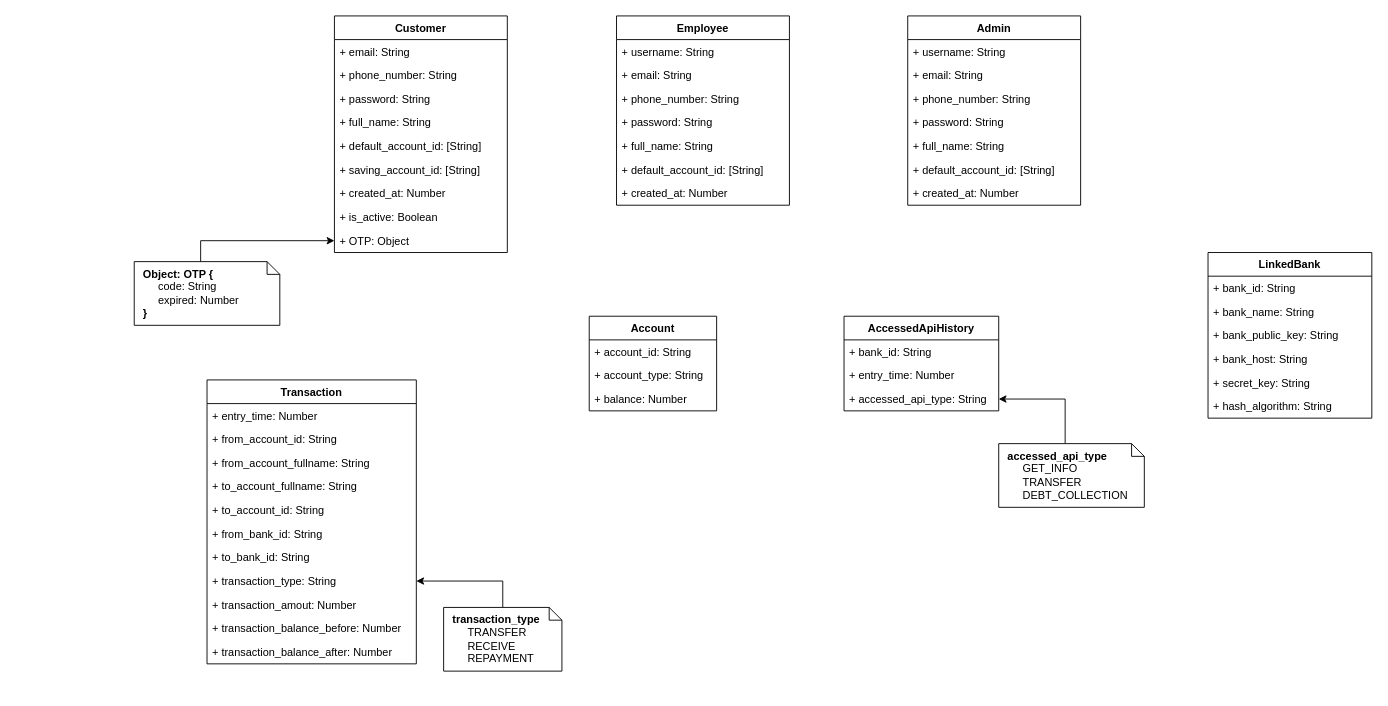
Above: 03_Design/01_Data/InternetBanking.drawio in imdotnhsang/AWAD_NNDK_08 (draw.io), before the change. Source tidied: cells renumbered, new cells numbered last; positions are measured from the earlier drawing's top-left corner, leaving out a move shared by most shapes. Both pictures are drawn from the tidied source at 91%, with x=0, y=0 at pixel (134, 15).
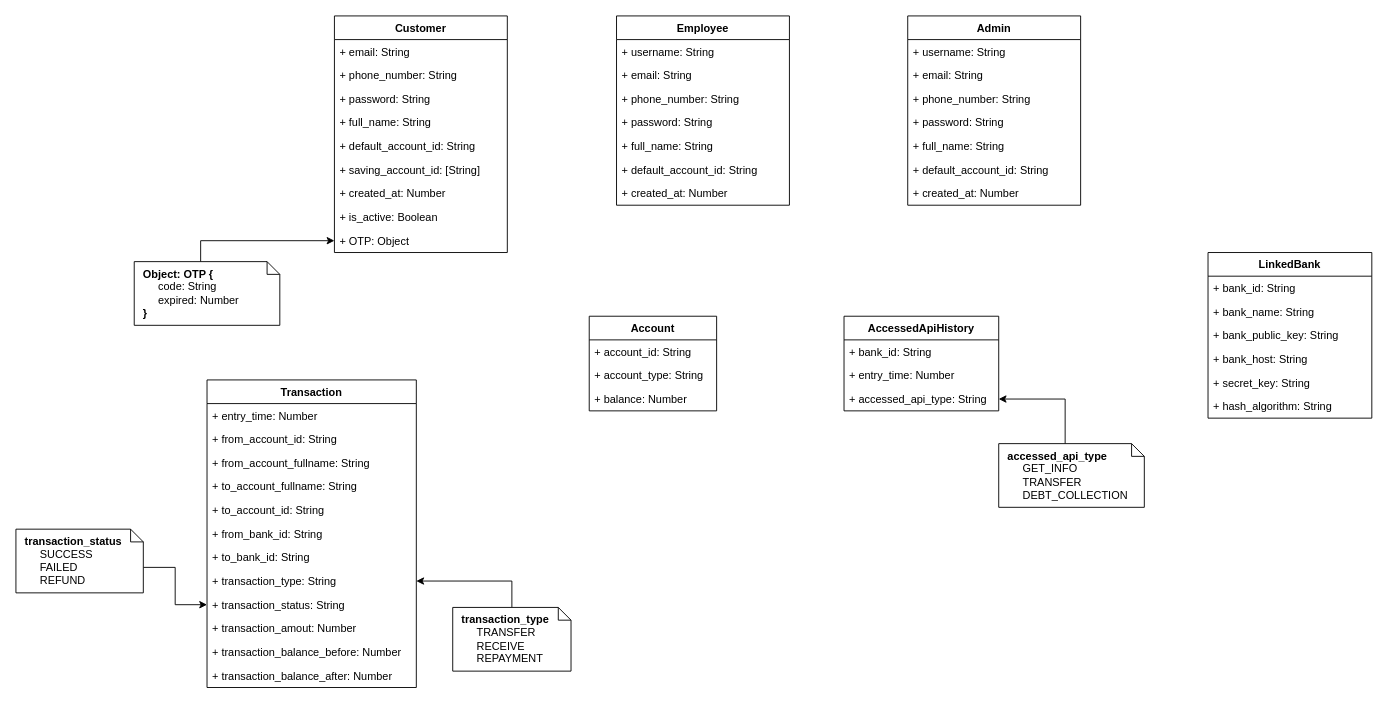
The same diagram, later.

Unchanged cells that the change refers to:
```xml
<mxCell id="6" value="Customer" style="swimlane;fontStyle=1;horizontal=1;startSize=26;fillColor=none;" parent="1" vertex="1">
  <mxGeometry x="220" width="190" height="260" as="geometry" />
</mxCell>
<mxCell id="28" value="Employee" style="swimlane;fontStyle=1;horizontal=1;startSize=26;fillColor=none;" parent="1" vertex="1">
  <mxGeometry x="530" width="190" height="208" as="geometry" />
</mxCell>
<mxCell id="36" value="Admin" style="swimlane;fontStyle=1;horizontal=1;startSize=26;fillColor=none;" parent="1" vertex="1">
  <mxGeometry x="850" width="190" height="208" as="geometry" />
</mxCell>
```

Change to the diagram source:
```diff
@@
     <mxCell id="3" value="&lt;b&gt;transaction_type&lt;br&gt;&lt;/b&gt;&lt;span&gt;&amp;nbsp; &amp;nbsp; &amp;nbsp;TRANSFER&lt;br&gt;&lt;/span&gt;&lt;span&gt;&amp;nbsp; &amp;nbsp; &amp;nbsp;RECEIVE&lt;br&gt;&lt;/span&gt;&lt;b&gt;&amp;nbsp; &amp;nbsp; &lt;/b&gt;&amp;nbsp;REPAYMENT" style="shape=note;whiteSpace=wrap;html=1;size=14;verticalAlign=middle;align=left;spacingTop=0;spacing=10;" parent="1" vertex="1">
-      <mxGeometry x="340" y="650" width="130" height="70" as="geometry" />
+      <mxGeometry x="350" y="650" width="130" height="70" as="geometry" />
     </mxCell>
@@
-    <mxCell id="11" value="+ default_account_id: [String]" style="text;strokeColor=none;fillColor=none;align=left;verticalAlign=top;spacingLeft=4;spacingRight=4;overflow=hidden;" parent="6" vertex="1">
+    <mxCell id="11" value="+ default_account_id: String" style="text;strokeColor=none;fillColor=none;align=left;verticalAlign=top;spacingLeft=4;spacingRight=4;overflow=hidden;" parent="6" vertex="1">
       <mxGeometry y="130" width="190" height="26" as="geometry" />
     </mxCell>
@@
     <mxCell id="16" value="Transaction" style="swimlane;fontStyle=1;horizontal=1;startSize=26;fillColor=none;" parent="1" vertex="1">
-      <mxGeometry x="80" y="400" width="230" height="312" as="geometry" />
+      <mxGeometry x="80" y="400" width="230" height="338" as="geometry" />
     </mxCell>
@@
+    <mxCell id="61" value="+ transaction_status: String" style="text;strokeColor=none;fillColor=none;align=left;verticalAlign=top;spacingLeft=4;spacingRight=4;overflow=hidden;points=[[0,0.5],[1,0.5]];portConstraint=eastwest;" parent="16" vertex="1">
+      <mxGeometry y="234" width="230" height="26" as="geometry" />
+    </mxCell>
     <mxCell id="25" value="+ transaction_amout: Number" style="text;strokeColor=none;fillColor=none;align=left;verticalAlign=top;spacingLeft=4;spacingRight=4;overflow=hidden;" parent="16" vertex="1">
-      <mxGeometry y="234" width="230" height="26" as="geometry" />
+      <mxGeometry y="260" width="230" height="26" as="geometry" />
     </mxCell>
     <mxCell id="26" value="+ transaction_balance_before: Number" style="text;strokeColor=none;fillColor=none;align=left;verticalAlign=top;spacingLeft=4;spacingRight=4;overflow=hidden;" parent="16" vertex="1">
-      <mxGeometry y="260" width="230" height="26" as="geometry" />
+      <mxGeometry y="286" width="230" height="26" as="geometry" />
     </mxCell>
     <mxCell id="27" value="+ transaction_balance_after: Number" style="text;strokeColor=none;fillColor=none;align=left;verticalAlign=top;spacingLeft=4;spacingRight=4;overflow=hidden;" parent="16" vertex="1">
-      <mxGeometry y="286" width="230" height="26" as="geometry" />
+      <mxGeometry y="312" width="230" height="26" as="geometry" />
     </mxCell>
@@
-    <mxCell id="34" value="+ default_account_id: [String]" style="text;strokeColor=none;fillColor=none;align=left;verticalAlign=top;spacingLeft=4;spacingRight=4;overflow=hidden;" parent="28" vertex="1">
+    <mxCell id="34" value="+ default_account_id: String" style="text;strokeColor=none;fillColor=none;align=left;verticalAlign=top;spacingLeft=4;spacingRight=4;overflow=hidden;" parent="28" vertex="1">
       <mxGeometry y="156" width="190" height="26" as="geometry" />
     </mxCell>
@@
-    <mxCell id="42" value="+ default_account_id: [String]" style="text;strokeColor=none;fillColor=none;align=left;verticalAlign=top;spacingLeft=4;spacingRight=4;overflow=hidden;" parent="36" vertex="1">
+    <mxCell id="42" value="+ default_account_id: String" style="text;strokeColor=none;fillColor=none;align=left;verticalAlign=top;spacingLeft=4;spacingRight=4;overflow=hidden;" parent="36" vertex="1">
       <mxGeometry y="156" width="190" height="26" as="geometry" />
     </mxCell>
@@
+    <mxCell id="62" style="edgeStyle=orthogonalEdgeStyle;rounded=0;jettySize=auto;html=1;exitX=0;exitY=0;exitDx=140;exitDy=42;exitPerimeter=0;" parent="1" edge="1" source="63" target="61">
+      <mxGeometry relative="1" as="geometry" />
+    </mxCell>
+    <mxCell id="63" value="&lt;b&gt;transaction_status&lt;br&gt;&lt;/b&gt;&lt;span&gt;&amp;nbsp; &amp;nbsp; &amp;nbsp;SUCCESS&lt;br&gt;&lt;/span&gt;&lt;span&gt;&amp;nbsp; &amp;nbsp; &amp;nbsp;FAILED&lt;br&gt;&lt;/span&gt;&lt;b&gt;&amp;nbsp; &amp;nbsp; &lt;/b&gt;&amp;nbsp;REFUND" style="shape=note;whiteSpace=wrap;html=1;size=14;verticalAlign=middle;align=left;spacingTop=0;spacing=10;" parent="1" vertex="1">
+      <mxGeometry x="-130" y="564" width="140" height="70" as="geometry" />
+    </mxCell>
```
